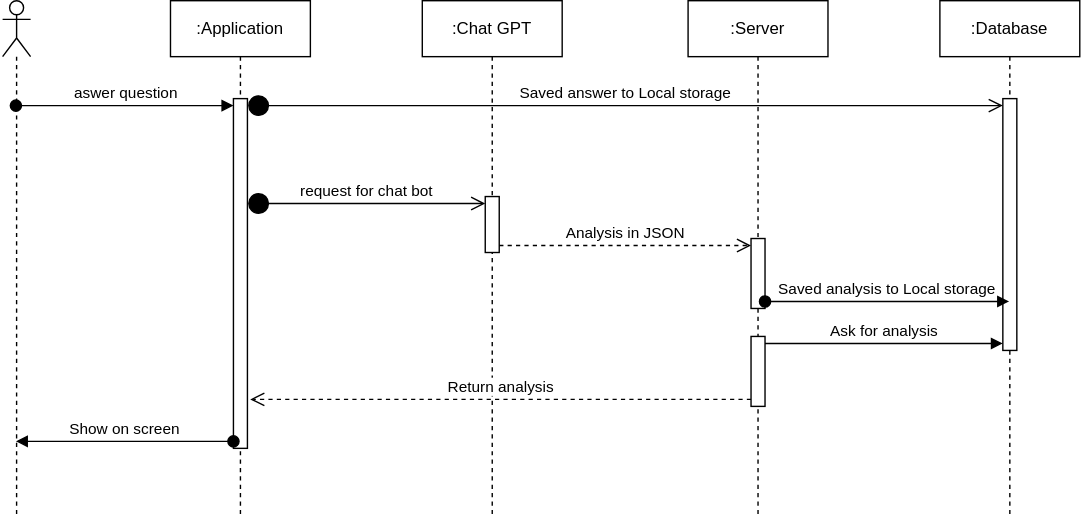
The draw.io diagram UML Diagram.drawio.svg in anastasijaIZV/AI-diary-app, before a commit. Source tidied: cells renumbered, new cells last; positions are measured from the earlier drawing's top-left corner, leaving out a move shared by most shapes. Source of this version:
```xml
<mxGraphModel background="#ffffff">
  <root>
    <mxCell id="0" />
    <mxCell id="1" parent="0" />
    <mxCell id="2" style="shape=umlLifeline;perimeter=lifelinePerimeter;whiteSpace=wrap;html=1;outlineConnect=0;portConstraint=eastwest;newEdgeStyle={&quot;curved&quot;:0,&quot;rounded&quot;:0};participant=umlActor;direction=east;" parent="1" vertex="1">
      <mxGeometry width="20" height="370" as="geometry" />
    </mxCell>
    <mxCell id="3" value=":Application" style="shape=umlLifeline;perimeter=lifelinePerimeter;whiteSpace=wrap;html=1;newEdgeStyle={&quot;curved&quot;:0,&quot;rounded&quot;:0};direction=east;" parent="1" vertex="1">
      <mxGeometry x="120" width="100" height="370" as="geometry" />
    </mxCell>
    <mxCell id="4" style="html=1;points=[[0,0,0,0,5],[0,1,0,0,-5],[1,0,0,0,5],[1,1,0,0,-5]];perimeter=orthogonalPerimeter;outlineConnect=0;targetShapes=umlLifeline;portConstraint=eastwest;newEdgeStyle={&quot;curved&quot;:0,&quot;rounded&quot;:0};direction=east;" parent="3" vertex="1">
      <mxGeometry x="45" y="70" width="10" height="250" as="geometry" />
    </mxCell>
    <mxCell id="5" value=":Chat GPT" style="shape=umlLifeline;perimeter=lifelinePerimeter;whiteSpace=wrap;html=1;newEdgeStyle={&quot;curved&quot;:0,&quot;rounded&quot;:0};direction=east;" parent="1" vertex="1">
      <mxGeometry x="300" width="100" height="370" as="geometry" />
    </mxCell>
    <mxCell id="6" style="html=1;points=[[0,0,0,0,5],[0,1,0,0,-5],[1,0,0,0,5],[1,1,0,0,-5]];perimeter=orthogonalPerimeter;outlineConnect=0;targetShapes=umlLifeline;portConstraint=eastwest;newEdgeStyle={&quot;curved&quot;:0,&quot;rounded&quot;:0};direction=east;" parent="5" vertex="1">
      <mxGeometry x="45" y="140" width="10" height="40" as="geometry" />
    </mxCell>
    <mxCell id="7" value=":Server" style="shape=umlLifeline;perimeter=lifelinePerimeter;whiteSpace=wrap;html=1;newEdgeStyle={&quot;curved&quot;:0,&quot;rounded&quot;:0};direction=east;" parent="1" vertex="1">
      <mxGeometry x="490" width="100" height="370" as="geometry" />
    </mxCell>
    <mxCell id="8" style="html=1;points=[[0,0,0,0,5],[0,1,0,0,-5],[1,0,0,0,5],[1,1,0,0,-5]];perimeter=orthogonalPerimeter;outlineConnect=0;targetShapes=umlLifeline;portConstraint=eastwest;newEdgeStyle={&quot;curved&quot;:0,&quot;rounded&quot;:0};direction=east;" parent="7" vertex="1">
      <mxGeometry x="45" y="170" width="10" height="50" as="geometry" />
    </mxCell>
    <mxCell id="9" style="html=1;points=[[0,0,0,0,5],[0,1,0,0,-5],[1,0,0,0,5],[1,1,0,0,-5]];perimeter=orthogonalPerimeter;outlineConnect=0;targetShapes=umlLifeline;portConstraint=eastwest;newEdgeStyle={&quot;curved&quot;:0,&quot;rounded&quot;:0};direction=east;" parent="7" vertex="1">
      <mxGeometry x="45" y="240" width="10" height="50" as="geometry" />
    </mxCell>
    <mxCell id="10" value=":Database" style="shape=umlLifeline;perimeter=lifelinePerimeter;whiteSpace=wrap;html=1;outlineConnect=0;portConstraint=eastwest;newEdgeStyle={&quot;curved&quot;:0,&quot;rounded&quot;:0};direction=east;" parent="1" vertex="1">
      <mxGeometry x="670" width="100" height="370" as="geometry" />
    </mxCell>
    <mxCell id="11" style="html=1;points=[[0,0,0,0,5],[0,1,0,0,-5],[1,0,0,0,5],[1,1,0,0,-5]];perimeter=orthogonalPerimeter;outlineConnect=0;targetShapes=umlLifeline;portConstraint=eastwest;newEdgeStyle={&quot;curved&quot;:0,&quot;rounded&quot;:0};direction=east;" parent="10" vertex="1">
      <mxGeometry x="45" y="70" width="10" height="180" as="geometry" />
    </mxCell>
    <mxCell id="12" value="aswer question" style="html=1;verticalAlign=bottom;startArrow=oval;endArrow=block;startSize=8;curved=0;rounded=0;entryX=0;entryY=0;entryDx=0;entryDy=5;" parent="1" edge="1" source="2" target="4">
      <mxGeometry relative="1" as="geometry" />
    </mxCell>
    <mxCell id="13" value="Saved answer to Local storage" style="html=1;verticalAlign=bottom;startArrow=circle;startFill=1;endArrow=open;startSize=6;endSize=8;curved=0;rounded=0;exitX=1;exitY=0;exitDx=0;exitDy=5;exitPerimeter=0;entryX=0;entryY=0;entryDx=0;entryDy=5;entryPerimeter=0;" parent="1" edge="1" source="4" target="11">
      <mxGeometry relative="1" as="geometry" />
    </mxCell>
    <mxCell id="14" value="request for chat bot" style="html=1;verticalAlign=bottom;startArrow=circle;startFill=1;endArrow=open;startSize=6;endSize=8;curved=0;rounded=0;entryX=0;entryY=0;entryDx=0;entryDy=5;entryPerimeter=0;" parent="1" edge="1" source="4" target="6">
      <mxGeometry relative="1" as="geometry" />
    </mxCell>
    <mxCell id="15" value="Analysis in JSON" style="html=1;verticalAlign=bottom;endArrow=open;dashed=1;endSize=8;curved=0;rounded=0;exitX=1;exitY=1;exitDx=0;exitDy=-5;exitPerimeter=0;entryX=0;entryY=0;entryDx=0;entryDy=5;entryPerimeter=0;" parent="1" edge="1" source="6" target="8">
      <mxGeometry relative="1" as="geometry" />
    </mxCell>
    <mxCell id="16" value="Saved analysis to Local storage" style="html=1;verticalAlign=bottom;startArrow=oval;startFill=1;endArrow=block;startSize=8;curved=0;rounded=0;exitX=1;exitY=1;exitDx=0;exitDy=-5;exitPerimeter=0;" parent="1" edge="1" source="8" target="10">
      <mxGeometry relative="1" as="geometry" />
    </mxCell>
    <mxCell id="17" value="Ask for analysis" style="html=1;verticalAlign=bottom;endArrow=block;curved=0;rounded=0;entryX=0;entryY=1;entryDx=0;entryDy=-5;entryPerimeter=0;exitX=1;exitY=0;exitDx=0;exitDy=5;exitPerimeter=0;" parent="1" edge="1" source="9" target="11">
      <mxGeometry relative="1" as="geometry" />
    </mxCell>
    <mxCell id="18" value="Return analysis" style="html=1;verticalAlign=bottom;endArrow=open;dashed=1;endSize=8;curved=0;rounded=0;exitX=0;exitY=1;exitDx=0;exitDy=-5;exitPerimeter=0;entryX=1;entryY=0;entryDx=0;entryDy=5;entryPerimeter=0;" parent="1" edge="1" source="9">
      <mxGeometry relative="1" as="geometry">
        <mxPoint x="177" y="285" as="targetPoint" />
      </mxGeometry>
    </mxCell>
    <mxCell id="19" value="Show on screen" style="html=1;verticalAlign=bottom;startArrow=oval;startFill=1;endArrow=block;startSize=8;curved=0;rounded=0;exitX=0;exitY=1;exitDx=0;exitDy=-5;exitPerimeter=0;" parent="1" edge="1" source="4" target="2">
      <mxGeometry relative="1" as="geometry" />
    </mxCell>
  </root>
</mxGraphModel>
```
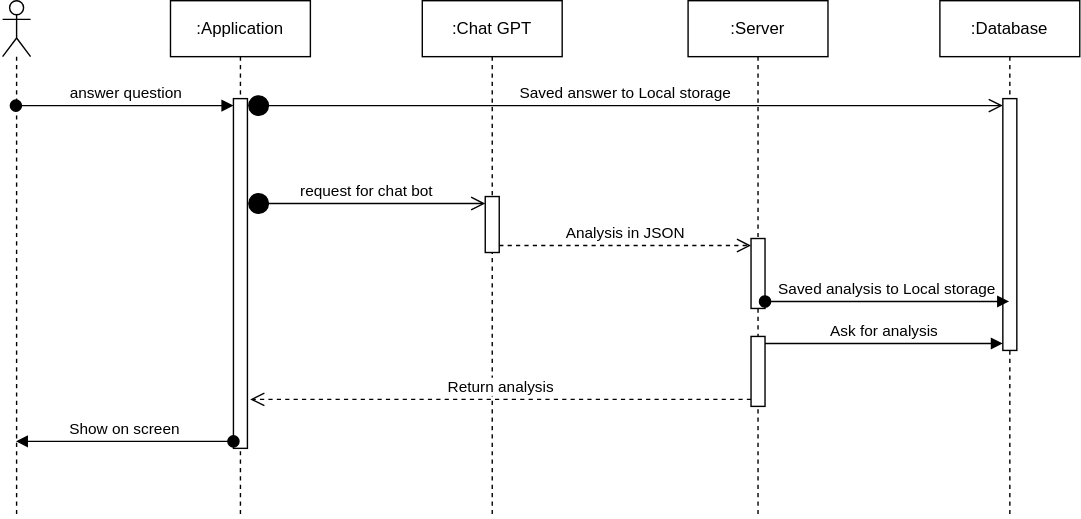
After the change.

Commit message:
Update UML Diagram

The edit, as a diff of the source:
```diff
@@ -32,7 +32,7 @@
     <mxCell id="11" style="html=1;points=[[0,0,0,0,5],[0,1,0,0,-5],[1,0,0,0,5],[1,1,0,0,-5]];perimeter=orthogonalPerimeter;outlineConnect=0;targetShapes=umlLifeline;portConstraint=eastwest;newEdgeStyle={&quot;curved&quot;:0,&quot;rounded&quot;:0};direction=east;" parent="10" vertex="1">
       <mxGeometry x="45" y="70" width="10" height="180" as="geometry" />
     </mxCell>
-    <mxCell id="12" value="aswer question" style="html=1;verticalAlign=bottom;startArrow=oval;endArrow=block;startSize=8;curved=0;rounded=0;entryX=0;entryY=0;entryDx=0;entryDy=5;" parent="1" edge="1" source="2" target="4">
+    <mxCell id="12" value="answer question" style="html=1;verticalAlign=bottom;startArrow=oval;endArrow=block;startSize=8;curved=0;rounded=0;entryX=0;entryY=0;entryDx=0;entryDy=5;" parent="1" edge="1" source="2" target="4">
       <mxGeometry relative="1" as="geometry" />
     </mxCell>
     <mxCell id="13" value="Saved answer to Local storage" style="html=1;verticalAlign=bottom;startArrow=circle;startFill=1;endArrow=open;startSize=6;endSize=8;curved=0;rounded=0;exitX=1;exitY=0;exitDx=0;exitDy=5;exitPerimeter=0;entryX=0;entryY=0;entryDx=0;entryDy=5;entryPerimeter=0;" parent="1" edge="1" source="4" target="11">
```
